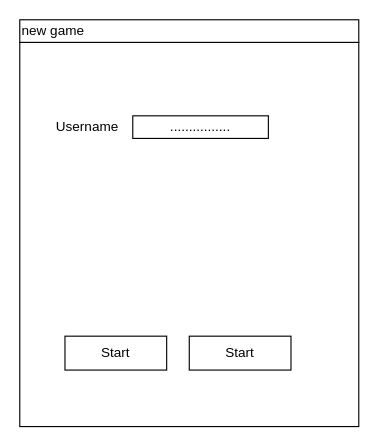
Above: new game_wireframe.drawio in jelseg/Nerdle (draw.io), before the change. Source tidied: cells renumbered, new cells numbered last; positions are measured from the earlier drawing's top-left corner, leaving out a move shared by most shapes. Both pictures are drawn from the tidied source at 113%, with x=0, y=0 at pixel (19, 19).
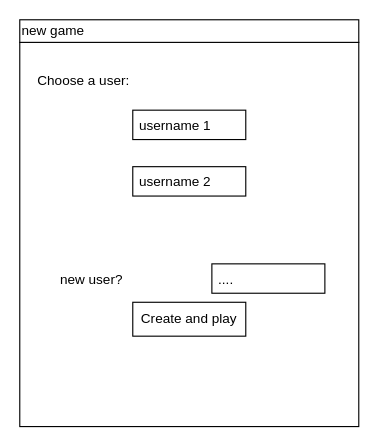
After the change.

Diff of the diagram source:
```diff
@@
 <mxGraphModel>
   <root>
     <mxCell id="0" />
     <mxCell id="1" parent="0" />
     <mxCell id="2" style="rounded=0;whiteSpace=wrap;html=1;" parent="1" vertex="1">
       <mxGeometry y="20" width="300" height="340" as="geometry" />
     </mxCell>
     <mxCell id="3" value="new game" style="rounded=0;whiteSpace=wrap;html=1;align=left;" parent="1" vertex="1">
       <mxGeometry width="300" height="20" as="geometry" />
     </mxCell>
-    <mxCell id="4" value="Username" style="text;html=1;strokeColor=none;fillColor=none;align=center;verticalAlign=middle;whiteSpace=wrap;rounded=0;" parent="1" vertex="1">
-      <mxGeometry x="30" y="80" width="60" height="30" as="geometry" />
-    </mxCell>
-    <mxCell id="5" value="................" style="rounded=0;whiteSpace=wrap;html=1;" parent="1" vertex="1">
-      <mxGeometry x="100" y="85" width="120" height="20" as="geometry" />
-    </mxCell>
-    <mxCell id="6" value="Start" style="rounded=0;whiteSpace=wrap;html=1;" parent="1" vertex="1">
-      <mxGeometry x="40" y="280" width="90" height="30" as="geometry" />
-    </mxCell>
-    <mxCell id="7" value="Start" style="rounded=0;whiteSpace=wrap;html=1;" parent="1" vertex="1">
-      <mxGeometry x="150" y="280" width="90" height="30" as="geometry" />
+    <mxCell id="7" value="Create and play" style="rounded=0;whiteSpace=wrap;html=1;" parent="1" vertex="1">
+      <mxGeometry x="100" y="250" width="100" height="30" as="geometry" />
     </mxCell>
+    <mxCell id="8" value="username 1" style="text;strokeColor=default;fillColor=none;align=left;verticalAlign=top;spacingLeft=4;spacingRight=4;overflow=hidden;" parent="1" vertex="1">
+      <mxGeometry x="100" y="80" width="100" height="26" as="geometry" />
+    </mxCell>
+    <mxCell id="9" value="Choose a user:" style="text;strokeColor=none;fillColor=none;align=left;verticalAlign=top;spacingLeft=4;spacingRight=4;overflow=hidden;" parent="1" vertex="1">
+      <mxGeometry x="10" y="40" width="100" height="26" as="geometry" />
+    </mxCell>
+    <mxCell id="10" value="username 2" style="text;strokeColor=default;fillColor=none;align=left;verticalAlign=top;spacingLeft=4;spacingRight=4;overflow=hidden;" parent="1" vertex="1">
+      <mxGeometry x="100" y="130" width="100" height="26" as="geometry" />
+    </mxCell>
+    <mxCell id="11" value="new user?" style="text;strokeColor=none;fillColor=none;align=left;verticalAlign=top;spacingLeft=4;spacingRight=4;overflow=hidden;" parent="1" vertex="1">
+      <mxGeometry x="30" y="216" width="100" height="26" as="geometry" />
+    </mxCell>
+    <mxCell id="12" value="...." style="text;strokeColor=default;fillColor=none;align=left;verticalAlign=top;spacingLeft=4;spacingRight=4;overflow=hidden;" parent="1" vertex="1">
+      <mxGeometry x="170" y="216" width="100" height="26" as="geometry" />
+    </mxCell>
   </root>
 </mxGraphModel>
```
